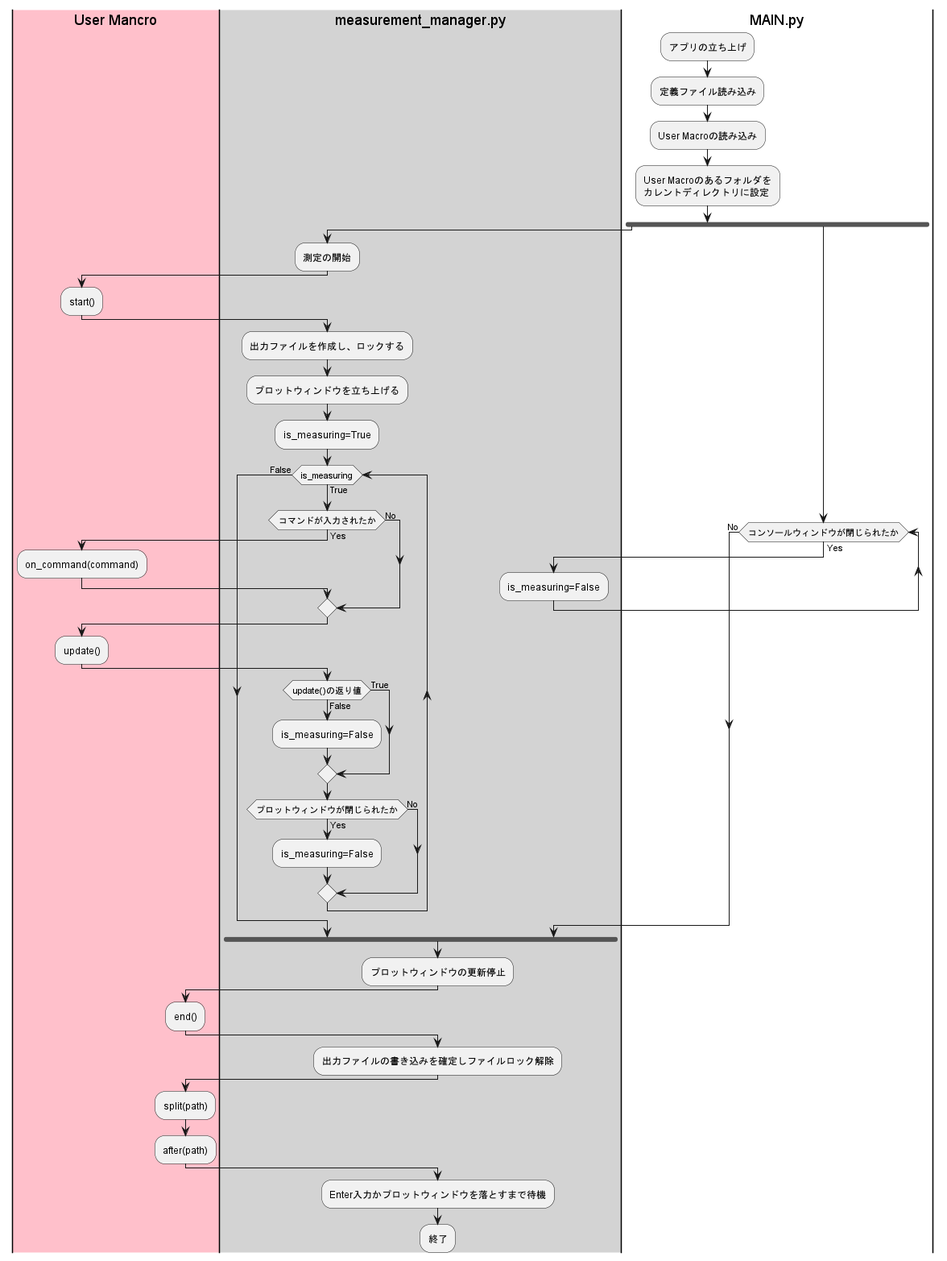
This is scripts/PlantUML/SSR_measurement_orverview.png from NUY-Lab/SSR, a PlantUML export, as it was before one commit. Source of this version:
```plantuml
@startuml



|#pink|User Mancro|
|#lightgray|measurement_manager.py|
|MAIN.py|


:アプリの立ち上げ;

:定義ファイル読み込み;
:User Macroの読み込み;
:User Macroのあるフォルダを
カレントディレクトリに設定;

fork


|measurement_manager.py|
:測定の開始;

|User Mancro|
:start();

|measurement_manager.py|
:出力ファイルを作成し、ロックする;
:プロットウィンドウを立ち上げる;


:is_measuring=True;

while (is_measuring) is (True)


if (コマンドが入力されたか) is (Yes) then
    |User Mancro|
    :on_command(command);
else (No)

endif

|User Mancro|
:update();
|measurement_manager.py|

if (update()の返り値) is (True) then

else (False)
:is_measuring=False;
endif

if (プロットウィンドウが閉じられたか) is (Yes) then
:is_measuring=False;
else (No)
endif


endwhile (False)


fork again

    |MAIN.py|
    while (コンソールウィンドウが閉じられたか) is (Yes)
    |measurement_manager.py|
    :is_measuring=False;
    endwhile (No)

endfork

:プロットウィンドウの更新停止;

|User Mancro|
:end();
|measurement_manager.py|

:出力ファイルの書き込みを確定しファイルロック解除;

|User Mancro|
:split(path);
|measurement_manager.py|

|User Mancro|
:after(path);
|measurement_manager.py|


:Enter入力かプロットウィンドウを落とすまで待機;
:終了;

@enduml
```
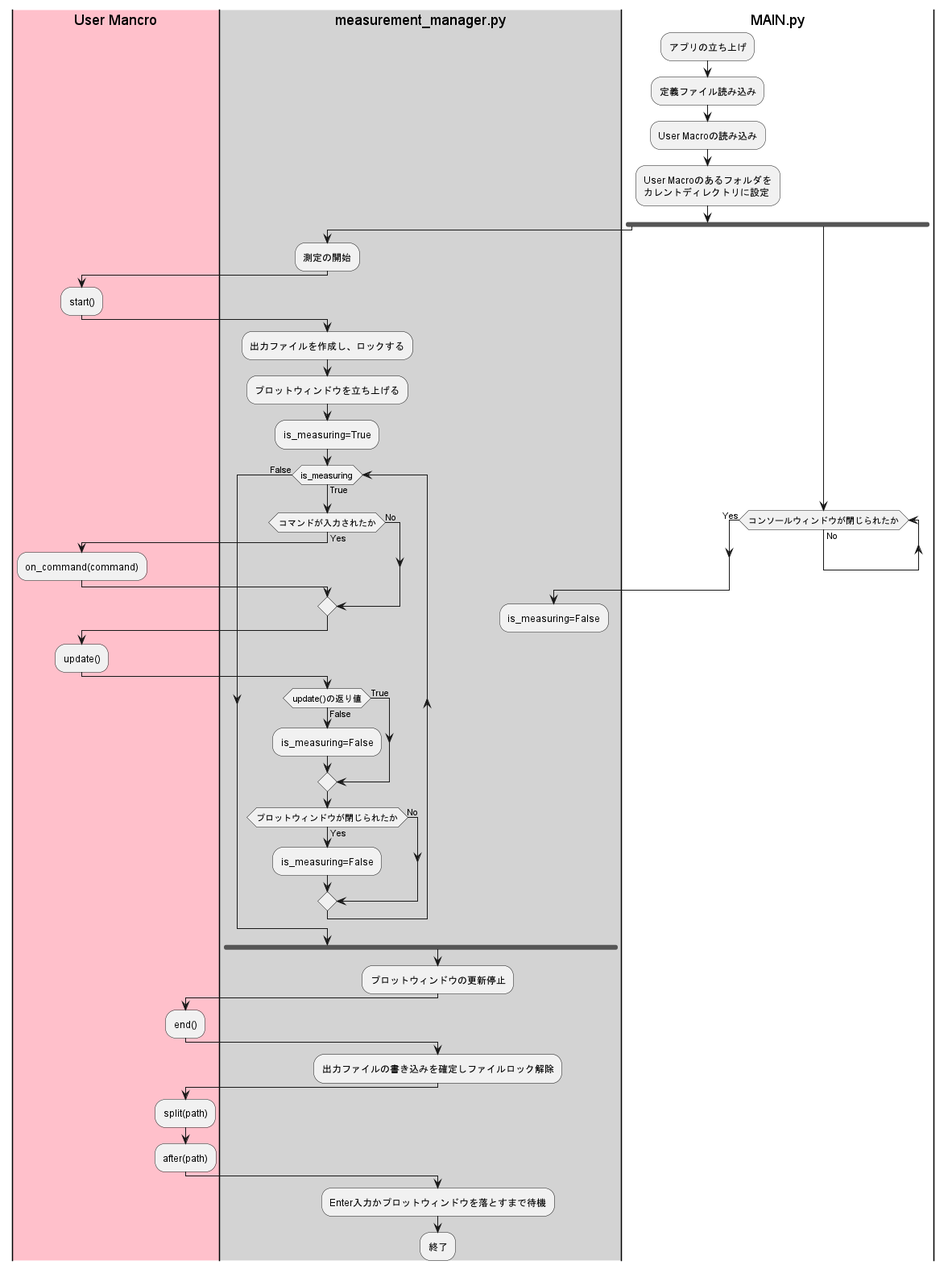
The same diagram one commit later.

Change to the diagram source:
```diff
@@ -62,10 +62,13 @@
 fork again
 
     |MAIN.py|
-    while (コンソールウィンドウが閉じられたか) is (Yes)
+    while (コンソールウィンドウが閉じられたか) is (No)
+
+    endwhile (Yes)
     |measurement_manager.py|
     :is_measuring=False;
-    endwhile (No)
+    -[hidden]->
+
 
 endfork
 
```
